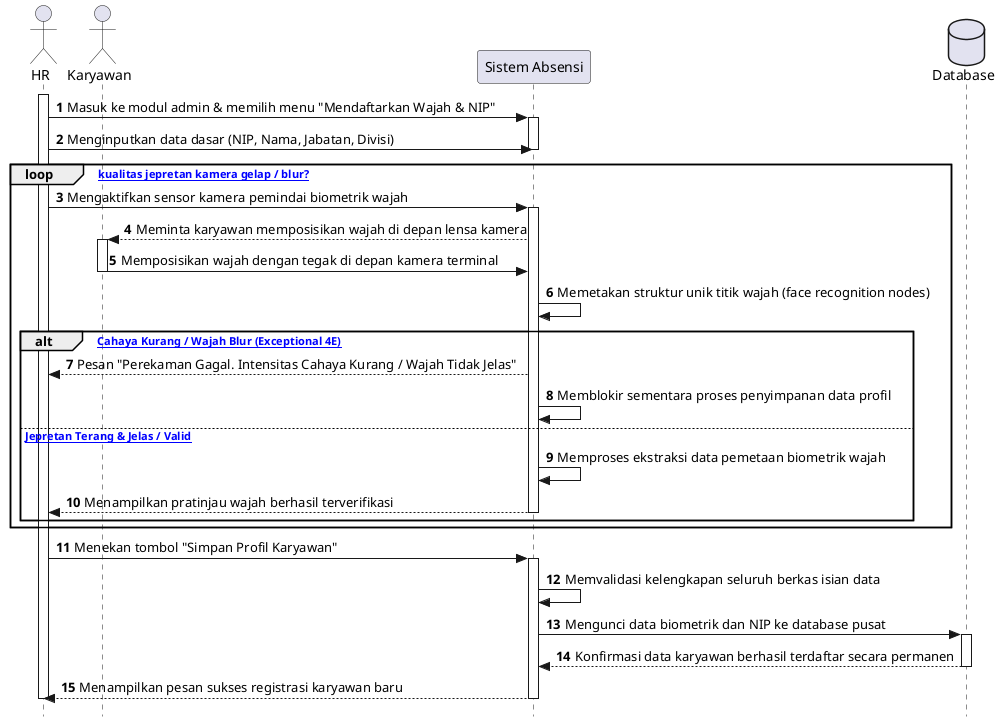
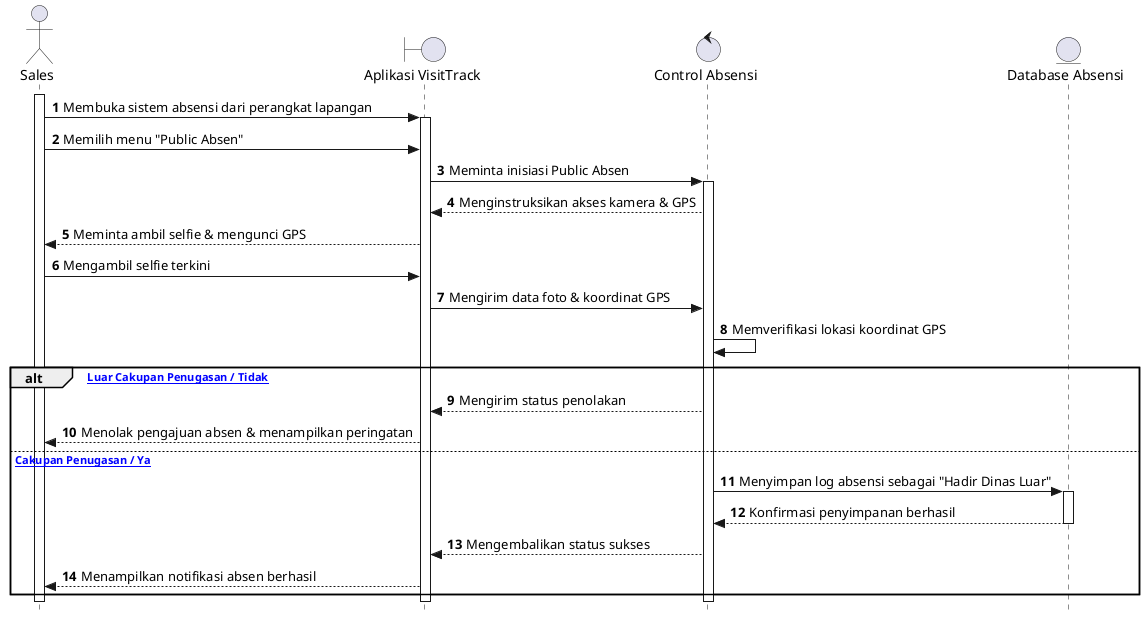
@startuml
autonumber
skinparam style strictuml

- actor HR
- actor Karyawan
- participant "Sistem Absensi" as Sys
- database "Database" as DB
+ actor Sales
+ boundary "Aplikasi VisitTrack" as Form
+ control "Control Absensi" as Ctrl
+ entity "Database Absensi" as DB

- activate HR
- HR -> Sys: Masuk ke modul admin & memilih menu "Mendaftarkan Wajah & NIP"
- activate Sys
- HR -> Sys: Menginputkan data dasar (NIP, Nama, Jabatan, Divisi)
- deactivate Sys
+ activate Sales
+ Sales -> Form: Membuka sistem absensi dari perangkat lapangan
+ activate Form
+ Sales -> Form: Memilih menu "Public Absen"
+ Form -> Ctrl: Meminta inisiasi Public Absen
+ activate Ctrl
+ Ctrl --> Form: Menginstruksikan akses kamera & GPS
+ Form --> Sales: Meminta ambil selfie & mengunci GPS
+ Sales -> Form: Mengambil selfie terkini
+ Form -> Ctrl: Mengirim data foto & koordinat GPS
+ Ctrl -> Ctrl: Memverifikasi lokasi koordinat GPS

- loop [Apakah kualitas jepretan kamera gelap / blur?]
-     HR -> Sys: Mengaktifkan sensor kamera pemindai biometrik wajah
-     activate Sys
-     Sys --> Karyawan: Meminta karyawan memposisikan wajah di depan lensa kamera
-     activate Karyawan
-     Karyawan -> Sys: Memposisikan wajah dengan tegak di depan kamera terminal
-     deactivate Karyawan
-     Sys -> Sys: Memetakan struktur unik titik wajah (face recognition nodes)
- 
-     alt [Intensitas Cahaya Kurang / Wajah Blur (Exceptional 4E)]
-         Sys --> HR: Pesan "Perekaman Gagal. Intensitas Cahaya Kurang / Wajah Tidak Jelas"
-         Sys -> Sys: Memblokir sementara proses penyimpanan data profil
-     else [Kualitas Jepretan Terang & Jelas / Valid]
-         Sys -> Sys: Memproses ekstraksi data pemetaan biometrik wajah
-         Sys --> HR: Menampilkan pratinjau wajah berhasil terverifikasi
-         deactivate Sys
-     end
+ alt [Di Luar Cakupan Penugasan / Tidak]
+     Ctrl --> Form: Mengirim status penolakan
+     Form --> Sales: Menolak pengajuan absen & menampilkan peringatan
+ else [Dalam Cakupan Penugasan / Ya]
+     Ctrl -> DB: Menyimpan log absensi sebagai "Hadir Dinas Luar"
+     activate DB
+     DB --> Ctrl: Konfirmasi penyimpanan berhasil
+     deactivate DB
+     Ctrl --> Form: Mengembalikan status sukses
+     Form --> Sales: Menampilkan notifikasi absen berhasil
end

- HR -> Sys: Menekan tombol "Simpan Profil Karyawan"
- activate Sys
- Sys -> Sys: Memvalidasi kelengkapan seluruh berkas isian data
- Sys -> DB: Mengunci data biometrik dan NIP ke database pusat
- activate DB
- DB --> Sys: Konfirmasi data karyawan berhasil terdaftar secara permanen
- deactivate DB
- Sys --> HR: Menampilkan pesan sukses registrasi karyawan baru
- deactivate Sys
- 
- deactivate HR
+ deactivate Ctrl
+ deactivate Form
+ deactivate Sales
@enduml